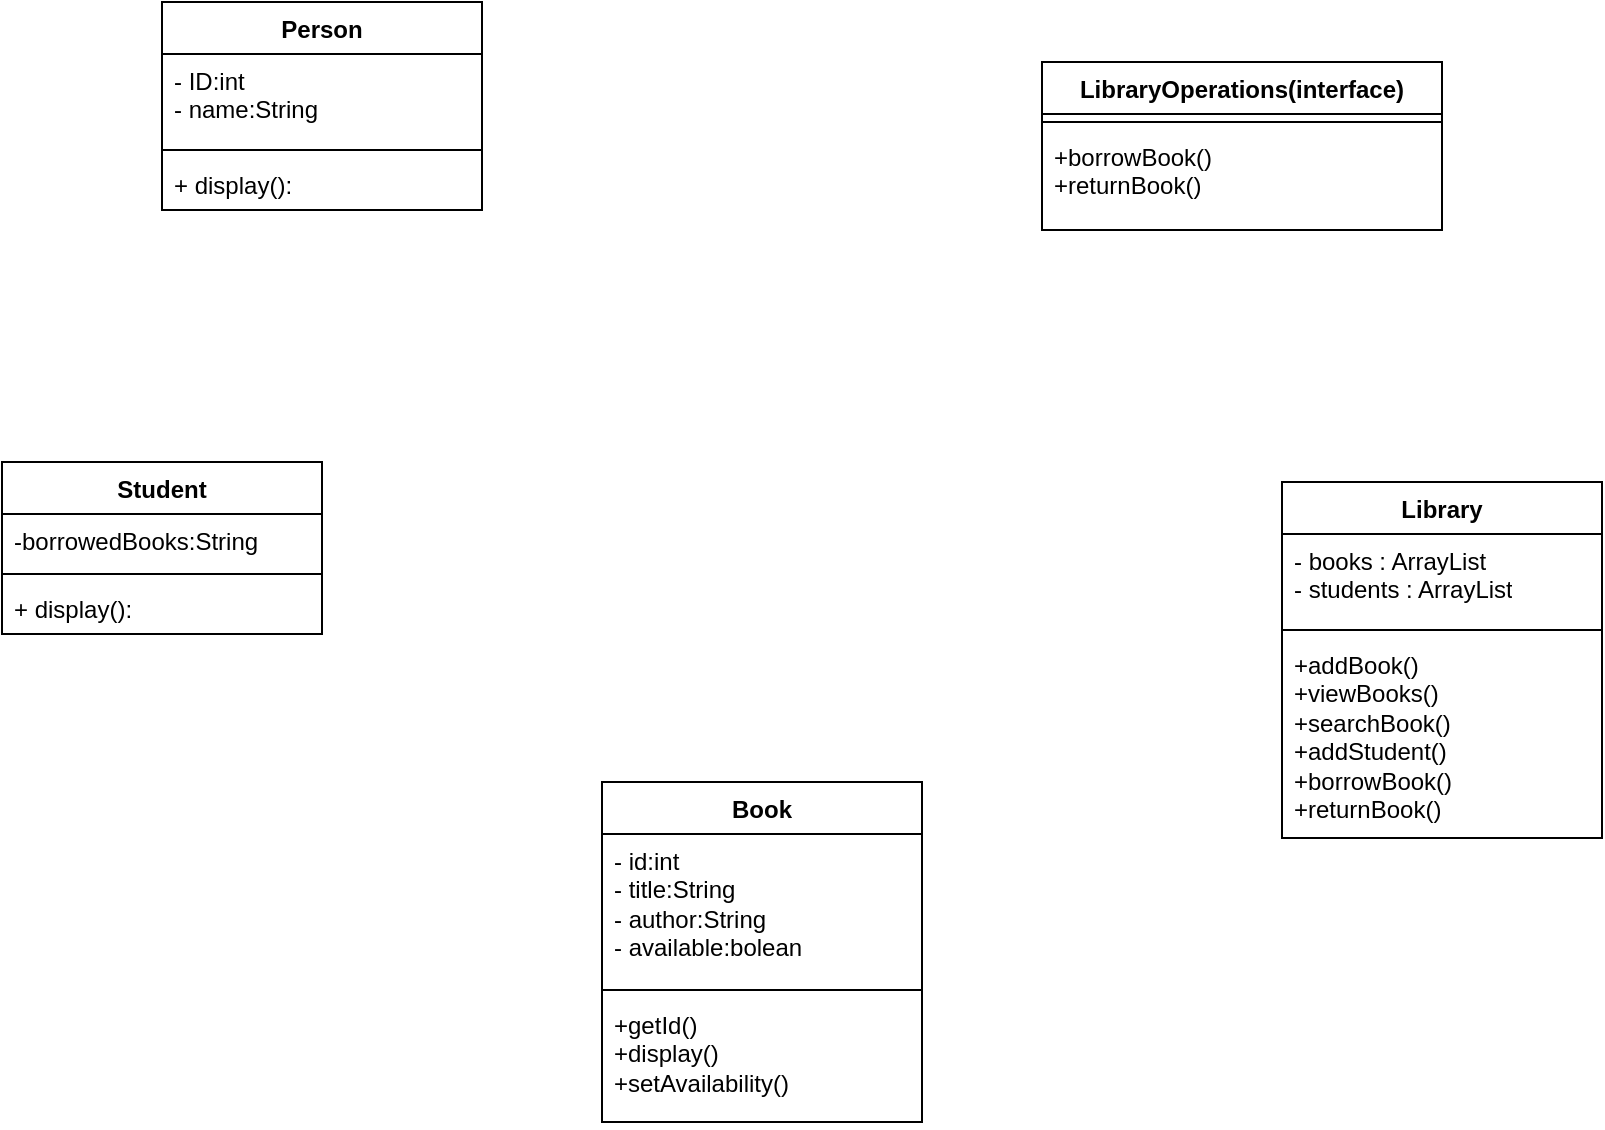
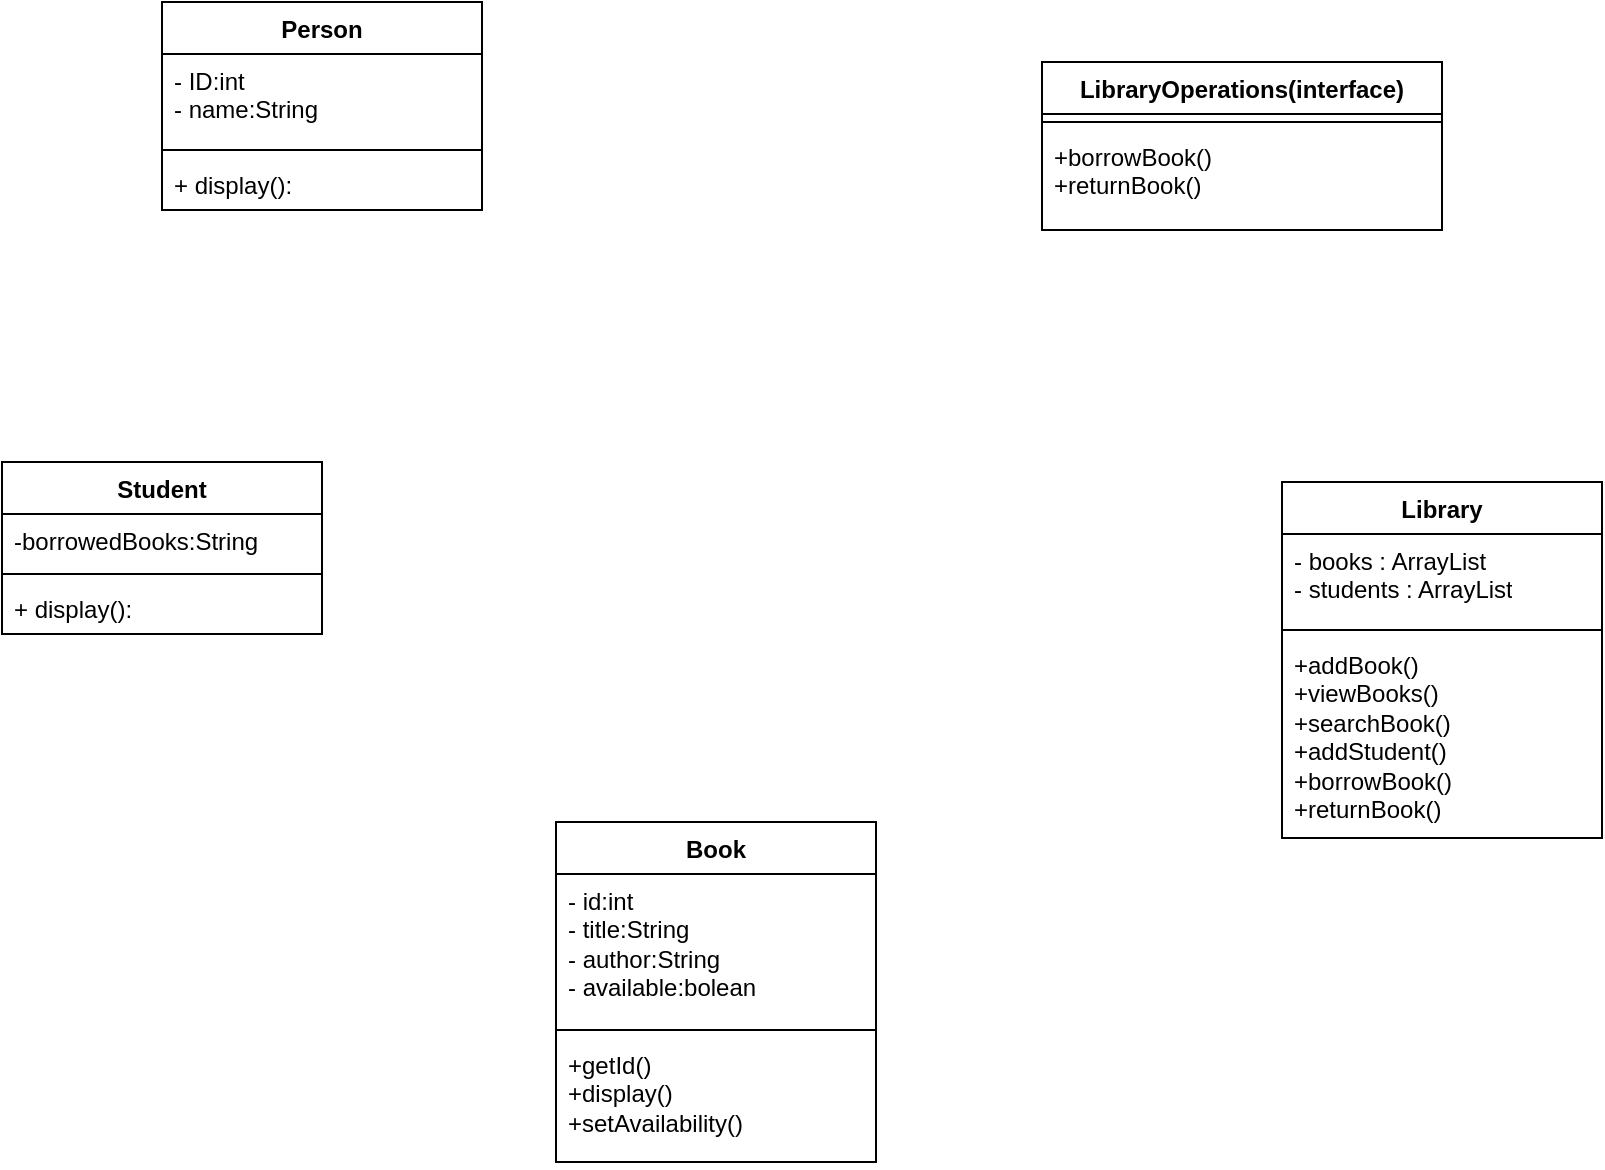
<mxfile host="Electron">
  <diagram name="Page-1" id="shNzyUVhSctfTxOaEQnm">
-     <mxGraphModel dx="732" dy="618" grid="1" gridSize="10" guides="1" tooltips="1" connect="1" arrows="1" fold="1" page="1" pageScale="1" pageWidth="1169" pageHeight="827" math="0" shadow="0">
+     <mxGraphModel dx="1030" dy="626" grid="1" gridSize="10" guides="1" tooltips="1" connect="1" arrows="1" fold="1" page="1" pageScale="1" pageWidth="1169" pageHeight="827" math="0" shadow="0">
      <root>
        <mxCell id="0" />
        <mxCell id="1" parent="0" />
        <mxCell id="WWJtyWWIJeuOmF0y9o-X-1" parent="1" style="swimlane;fontStyle=1;align=center;verticalAlign=top;childLayout=stackLayout;horizontal=1;startSize=26;horizontalStack=0;resizeParent=1;resizeParentMax=0;resizeLast=0;collapsible=1;marginBottom=0;whiteSpace=wrap;html=1;" value="Book" vertex="1">
-           <mxGeometry height="170" width="160" x="450" y="450" as="geometry" />
+           <mxGeometry height="170" width="160" x="427" y="470" as="geometry" />
        </mxCell>
        <mxCell id="WWJtyWWIJeuOmF0y9o-X-2" parent="WWJtyWWIJeuOmF0y9o-X-1" style="text;strokeColor=none;fillColor=none;align=left;verticalAlign=top;spacingLeft=4;spacingRight=4;overflow=hidden;rotatable=0;points=[[0,0.5],[1,0.5]];portConstraint=eastwest;whiteSpace=wrap;html=1;" value=" - id:int&lt;div&gt;- title:String&lt;br&gt;- author:String&lt;div&gt;- available:bolean&lt;/div&gt;&lt;/div&gt;" vertex="1">
          <mxGeometry height="74" width="160" y="26" as="geometry" />
        </mxCell>
        <mxCell id="WWJtyWWIJeuOmF0y9o-X-3" parent="WWJtyWWIJeuOmF0y9o-X-1" style="line;strokeWidth=1;fillColor=none;align=left;verticalAlign=middle;spacingTop=-1;spacingLeft=3;spacingRight=3;rotatable=0;labelPosition=right;points=[];portConstraint=eastwest;strokeColor=inherit;" value="" vertex="1">
          <mxGeometry height="8" width="160" y="100" as="geometry" />
        </mxCell>
        <mxCell id="WWJtyWWIJeuOmF0y9o-X-4" parent="WWJtyWWIJeuOmF0y9o-X-1" style="text;strokeColor=none;fillColor=none;align=left;verticalAlign=top;spacingLeft=4;spacingRight=4;overflow=hidden;rotatable=0;points=[[0,0.5],[1,0.5]];portConstraint=eastwest;whiteSpace=wrap;html=1;" value="+getId()&lt;div&gt;+display()&lt;/div&gt;&lt;div&gt;+setAvailability()&lt;/div&gt;" vertex="1">
          <mxGeometry height="62" width="160" y="108" as="geometry" />
        </mxCell>
        <mxCell id="WWJtyWWIJeuOmF0y9o-X-5" parent="1" style="swimlane;fontStyle=1;align=center;verticalAlign=top;childLayout=stackLayout;horizontal=1;startSize=26;horizontalStack=0;resizeParent=1;resizeParentMax=0;resizeLast=0;collapsible=1;marginBottom=0;whiteSpace=wrap;html=1;" value="Student" vertex="1">
          <mxGeometry height="86" width="160" x="150" y="290" as="geometry" />
        </mxCell>
        <mxCell id="WWJtyWWIJeuOmF0y9o-X-6" parent="WWJtyWWIJeuOmF0y9o-X-5" style="text;strokeColor=none;fillColor=none;align=left;verticalAlign=top;spacingLeft=4;spacingRight=4;overflow=hidden;rotatable=0;points=[[0,0.5],[1,0.5]];portConstraint=eastwest;whiteSpace=wrap;html=1;" value="-borrowedBooks:String" vertex="1">
          <mxGeometry height="26" width="160" y="26" as="geometry" />
        </mxCell>
        <mxCell id="WWJtyWWIJeuOmF0y9o-X-7" parent="WWJtyWWIJeuOmF0y9o-X-5" style="line;strokeWidth=1;fillColor=none;align=left;verticalAlign=middle;spacingTop=-1;spacingLeft=3;spacingRight=3;rotatable=0;labelPosition=right;points=[];portConstraint=eastwest;strokeColor=inherit;" value="" vertex="1">
          <mxGeometry height="8" width="160" y="52" as="geometry" />
        </mxCell>
        <mxCell id="WWJtyWWIJeuOmF0y9o-X-8" parent="WWJtyWWIJeuOmF0y9o-X-5" style="text;strokeColor=none;fillColor=none;align=left;verticalAlign=top;spacingLeft=4;spacingRight=4;overflow=hidden;rotatable=0;points=[[0,0.5],[1,0.5]];portConstraint=eastwest;whiteSpace=wrap;html=1;" value="+ display():" vertex="1">
          <mxGeometry height="26" width="160" y="60" as="geometry" />
        </mxCell>
        <mxCell id="WWJtyWWIJeuOmF0y9o-X-9" parent="1" style="swimlane;fontStyle=1;align=center;verticalAlign=top;childLayout=stackLayout;horizontal=1;startSize=26;horizontalStack=0;resizeParent=1;resizeParentMax=0;resizeLast=0;collapsible=1;marginBottom=0;whiteSpace=wrap;html=1;" value="Library" vertex="1">
          <mxGeometry height="178" width="160" x="790" y="300" as="geometry" />
        </mxCell>
        <mxCell id="WWJtyWWIJeuOmF0y9o-X-10" parent="WWJtyWWIJeuOmF0y9o-X-9" style="text;strokeColor=none;fillColor=none;align=left;verticalAlign=top;spacingLeft=4;spacingRight=4;overflow=hidden;rotatable=0;points=[[0,0.5],[1,0.5]];portConstraint=eastwest;whiteSpace=wrap;html=1;" value=" - books : ArrayList&lt;br&gt;- students : ArrayList" vertex="1">
          <mxGeometry height="44" width="160" y="26" as="geometry" />
        </mxCell>
        <mxCell id="WWJtyWWIJeuOmF0y9o-X-11" parent="WWJtyWWIJeuOmF0y9o-X-9" style="line;strokeWidth=1;fillColor=none;align=left;verticalAlign=middle;spacingTop=-1;spacingLeft=3;spacingRight=3;rotatable=0;labelPosition=right;points=[];portConstraint=eastwest;strokeColor=inherit;" value="" vertex="1">
          <mxGeometry height="8" width="160" y="70" as="geometry" />
        </mxCell>
        <mxCell id="WWJtyWWIJeuOmF0y9o-X-12" parent="WWJtyWWIJeuOmF0y9o-X-9" style="text;strokeColor=none;fillColor=none;align=left;verticalAlign=top;spacingLeft=4;spacingRight=4;overflow=hidden;rotatable=0;points=[[0,0.5],[1,0.5]];portConstraint=eastwest;whiteSpace=wrap;html=1;" value=" +addBook()&lt;br&gt;+viewBooks()&lt;br&gt;+searchBook()&lt;br&gt;+addStudent()&lt;br&gt;+borrowBook()&lt;br&gt;+returnBook() " vertex="1">
          <mxGeometry height="100" width="160" y="78" as="geometry" />
        </mxCell>
        <mxCell id="WWJtyWWIJeuOmF0y9o-X-13" parent="1" style="swimlane;fontStyle=1;align=center;verticalAlign=top;childLayout=stackLayout;horizontal=1;startSize=26;horizontalStack=0;resizeParent=1;resizeParentMax=0;resizeLast=0;collapsible=1;marginBottom=0;whiteSpace=wrap;html=1;" value="LibraryOperations(interface)" vertex="1">
          <mxGeometry height="84" width="200" x="670" y="90" as="geometry" />
        </mxCell>
        <mxCell id="WWJtyWWIJeuOmF0y9o-X-15" parent="WWJtyWWIJeuOmF0y9o-X-13" style="line;strokeWidth=1;fillColor=none;align=left;verticalAlign=middle;spacingTop=-1;spacingLeft=3;spacingRight=3;rotatable=0;labelPosition=right;points=[];portConstraint=eastwest;strokeColor=inherit;" value="" vertex="1">
          <mxGeometry height="8" width="200" y="26" as="geometry" />
        </mxCell>
        <mxCell id="WWJtyWWIJeuOmF0y9o-X-16" parent="WWJtyWWIJeuOmF0y9o-X-13" style="text;strokeColor=none;fillColor=none;align=left;verticalAlign=top;spacingLeft=4;spacingRight=4;overflow=hidden;rotatable=0;points=[[0,0.5],[1,0.5]];portConstraint=eastwest;whiteSpace=wrap;html=1;" value="+borrowBook()&lt;div&gt;+returnBook() &lt;/div&gt;" vertex="1">
          <mxGeometry height="50" width="200" y="34" as="geometry" />
        </mxCell>
        <mxCell id="WWJtyWWIJeuOmF0y9o-X-17" parent="1" style="swimlane;fontStyle=1;align=center;verticalAlign=top;childLayout=stackLayout;horizontal=1;startSize=26;horizontalStack=0;resizeParent=1;resizeParentMax=0;resizeLast=0;collapsible=1;marginBottom=0;whiteSpace=wrap;html=1;" value="Person" vertex="1">
          <mxGeometry height="104" width="160" x="230" y="60" as="geometry" />
        </mxCell>
        <mxCell id="WWJtyWWIJeuOmF0y9o-X-18" parent="WWJtyWWIJeuOmF0y9o-X-17" style="text;strokeColor=none;fillColor=none;align=left;verticalAlign=top;spacingLeft=4;spacingRight=4;overflow=hidden;rotatable=0;points=[[0,0.5],[1,0.5]];portConstraint=eastwest;whiteSpace=wrap;html=1;" value="- ID:int&lt;div&gt;- name:String&lt;/div&gt;" vertex="1">
          <mxGeometry height="44" width="160" y="26" as="geometry" />
        </mxCell>
        <mxCell id="WWJtyWWIJeuOmF0y9o-X-19" parent="WWJtyWWIJeuOmF0y9o-X-17" style="line;strokeWidth=1;fillColor=none;align=left;verticalAlign=middle;spacingTop=-1;spacingLeft=3;spacingRight=3;rotatable=0;labelPosition=right;points=[];portConstraint=eastwest;strokeColor=inherit;" value="" vertex="1">
          <mxGeometry height="8" width="160" y="70" as="geometry" />
        </mxCell>
        <mxCell id="WWJtyWWIJeuOmF0y9o-X-20" parent="WWJtyWWIJeuOmF0y9o-X-17" style="text;strokeColor=none;fillColor=none;align=left;verticalAlign=top;spacingLeft=4;spacingRight=4;overflow=hidden;rotatable=0;points=[[0,0.5],[1,0.5]];portConstraint=eastwest;whiteSpace=wrap;html=1;" value="+ display():" vertex="1">
          <mxGeometry height="26" width="160" y="78" as="geometry" />
        </mxCell>
      </root>
    </mxGraphModel>
  </diagram>
</mxfile>
